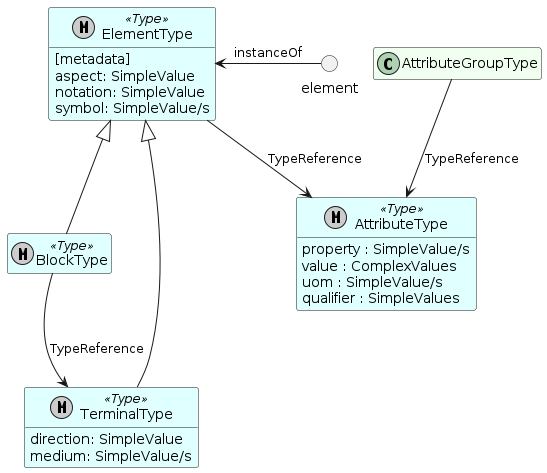
Earlier version of the PlantUML export out/img/imf-overview-type-patterns.png (imf-lab/imf-ontology-semweb).
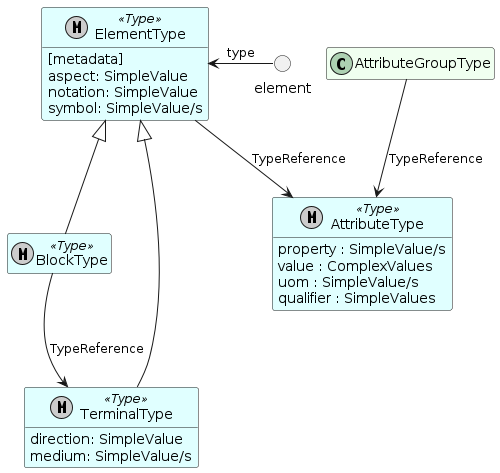
Later version of the same file.

What changed in the source:
```diff
@@ -41,6 +41,6 @@
 
 circle element
 
-element -left-> ElementType : instanceOf
+element -left-> ElementType : type
 
 @enduml
```
